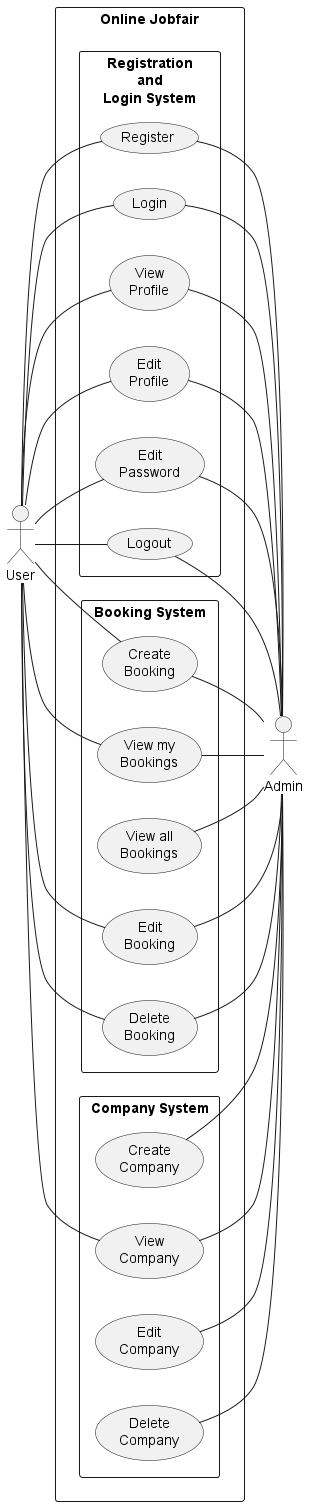
its144prelationship-study/swdevprac-project keeps this PlantUML diagram as out/diagrams/use_case_diagram/use_case_diagram/Online Jobfair Use Case Diagram.png. Above is the earlier version. The source it was exported from:
```plantuml
@startuml Online Jobfair Use Case Diagram
left to right direction
actor "User" as user
rectangle "Online Jobfair" as jobfair {
    rectangle "Registration\nand\nLogin System" as registration {
        usecase "Register" as register
        usecase "Login" as login
        usecase "View\nProfile" as viewProfile
        usecase "Edit\nProfile" as editProfile
        usecase "Edit\nPassword" as editPassword
        usecase "Logout" as logout
    }
    rectangle "Booking System" as booking {
        usecase "Create\nBooking" as createBooking
        usecase "View my\nBookings" as viewMyBookings
        usecase "View all\nBookings" as viewAllBookings
        usecase "Edit\nBooking" as editBooking
        usecase "Delete\nBooking" as deleteBooking
    }
    rectangle "Company System" as company {
        usecase "Create\nCompany" as createCompany
        usecase "View\nCompany" as viewCompany
        usecase "Edit\nCompany" as editCompany
        usecase "Delete\nCompany" as deleteCompany
    }
}
actor "Admin" as admin

user -- register
user -- login
user -- viewProfile
user -- editProfile
user -- editPassword
user -- logout
user -- createBooking
user -- viewMyBookings
user -- editBooking
user -- deleteBooking
user -- viewCompany

register -- admin
login -- admin
viewProfile -- admin
editProfile -- admin
editPassword -- admin
logout -- admin
createBooking -- admin
viewMyBookings -- admin
viewAllBookings -- admin
editBooking -- admin
deleteBooking -- admin
createCompany -- admin
viewCompany -- admin
editCompany -- admin
deleteCompany -- admin

@enduml
```
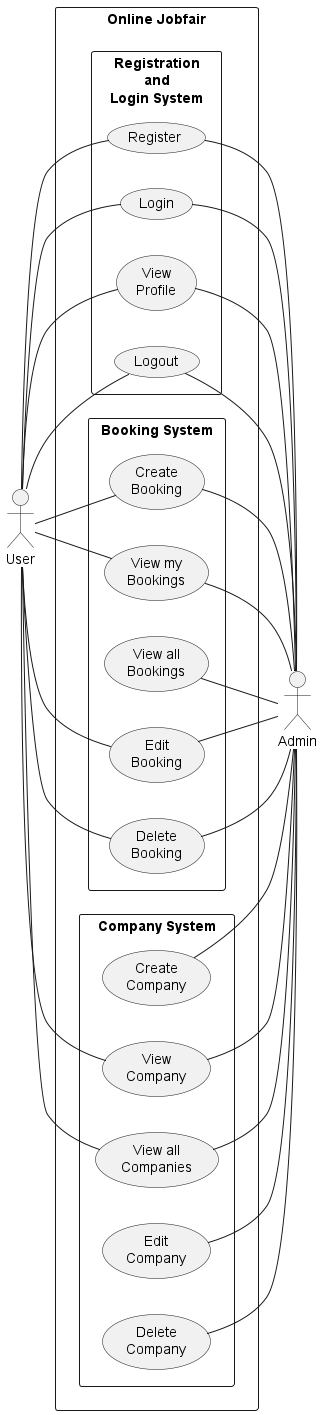
The same diagram one commit later.

Commit message:
fix: fix use case diagram and companies sequence diagram

What changed in the source:
```diff
@@ -6,8 +6,6 @@
         usecase "Register" as register
         usecase "Login" as login
         usecase "View\nProfile" as viewProfile
-        usecase "Edit\nProfile" as editProfile
-        usecase "Edit\nPassword" as editPassword
         usecase "Logout" as logout
     }
     rectangle "Booking System" as booking {
@@ -20,6 +18,7 @@
     rectangle "Company System" as company {
         usecase "Create\nCompany" as createCompany
         usecase "View\nCompany" as viewCompany
+        usecase "View all\nCompanies" as viewAllCompanies
         usecase "Edit\nCompany" as editCompany
         usecase "Delete\nCompany" as deleteCompany
     }
@@ -29,20 +28,17 @@
 user -- register
 user -- login
 user -- viewProfile
-user -- editProfile
-user -- editPassword
 user -- logout
 user -- createBooking
 user -- viewMyBookings
 user -- editBooking
 user -- deleteBooking
 user -- viewCompany
+user -- viewAllCompanies
 
 register -- admin
 login -- admin
 viewProfile -- admin
-editProfile -- admin
-editPassword -- admin
 logout -- admin
 createBooking -- admin
 viewMyBookings -- admin
@@ -51,6 +47,7 @@
 deleteBooking -- admin
 createCompany -- admin
 viewCompany -- admin
+viewAllCompanies -- admin
 editCompany -- admin
 deleteCompany -- admin
 
```
